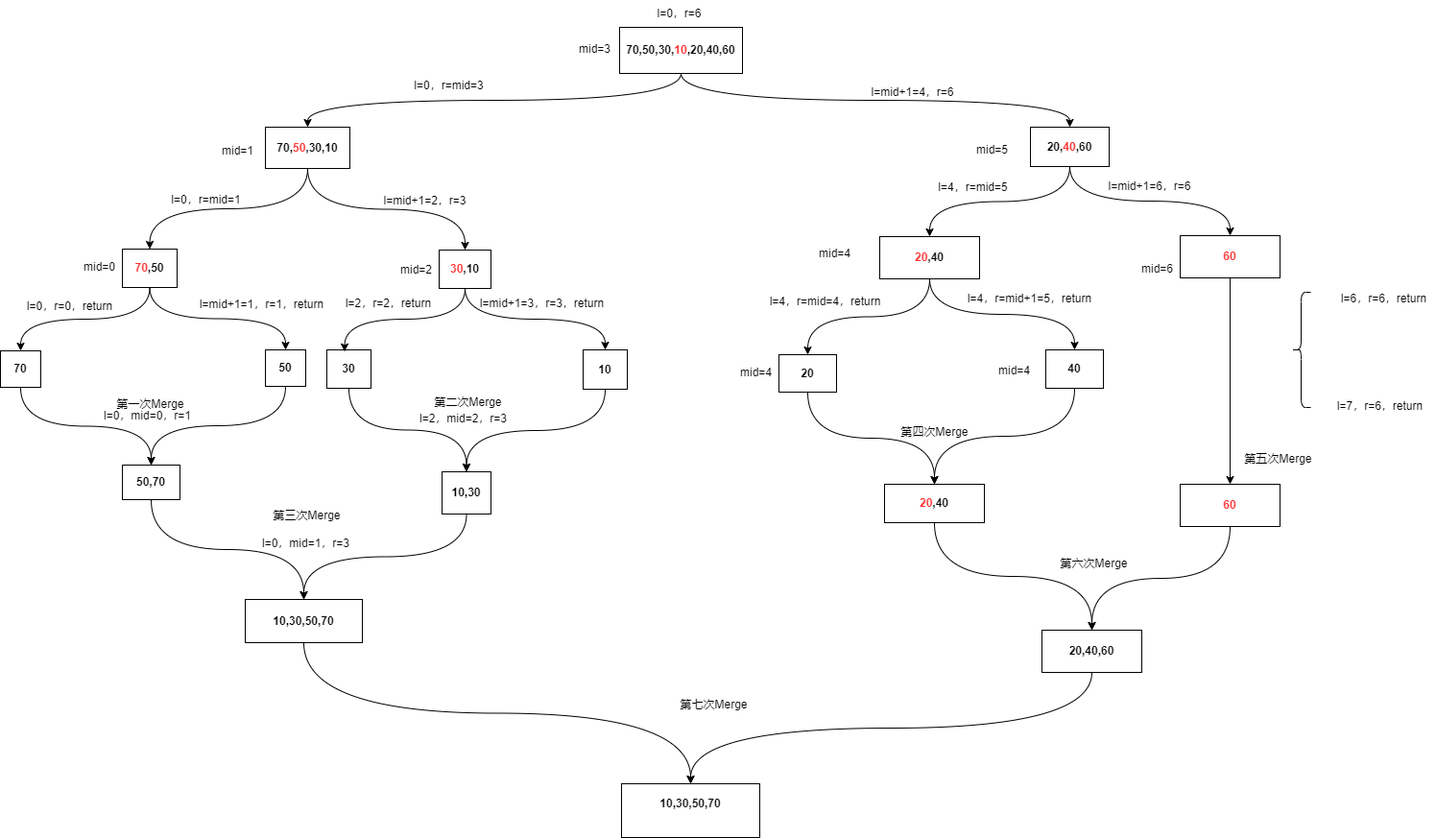
Before: AlgorithmsAndDataStructures/归并算法.drawio.png, a diagram exported from draw.io (wjb0823/drawio). Source tidied: cells renumbered, new cells last; positions are measured from the earlier drawing's top-left corner, leaving out a move shared by most shapes.
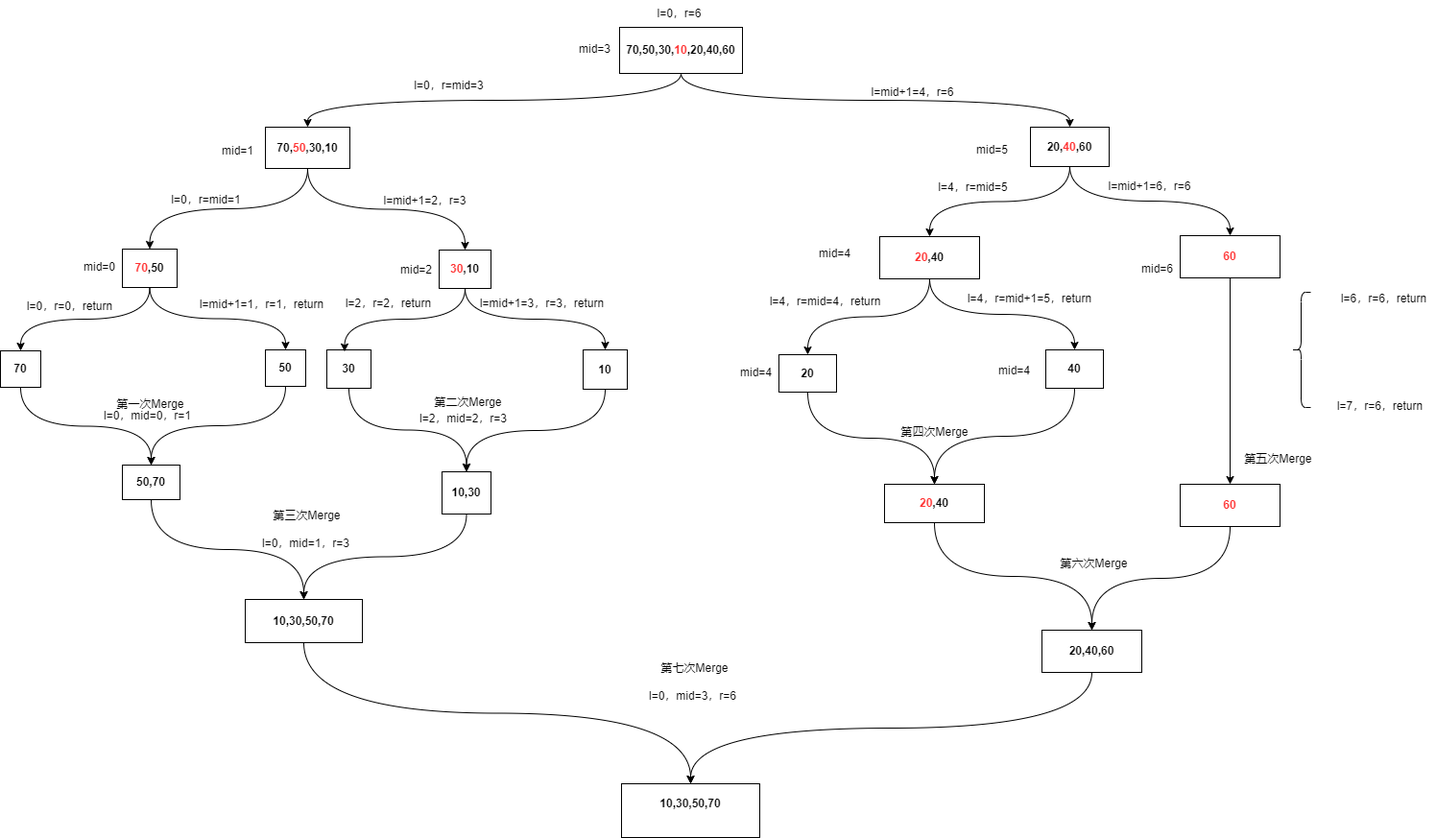
After the change.

Commit message:
更新归并算法.drawio.png

Change to the diagram source:
```diff
@@ -231,7 +231,7 @@
       <mxGeometry x="1093" y="573" width="92" height="28" as="geometry" />
     </mxCell>
     <mxCell id="78" value="第七次Merge" style="text;html=1;align=center;verticalAlign=middle;strokeColor=none;fillColor=none;" parent="1" vertex="1">
-      <mxGeometry x="697" y="720" width="92" height="28" as="geometry" />
+      <mxGeometry x="677" y="682" width="92" height="28" as="geometry" />
     </mxCell>
     <mxCell id="79" value="l=0，mid=1，r=3" style="text;html=1;align=center;verticalAlign=middle;strokeColor=none;fillColor=none;" parent="1" vertex="1">
       <mxGeometry x="263" y="552" width="110" height="27" as="geometry" />
@@ -242,5 +242,8 @@
     <mxCell id="81" value="l=mid+1=3，r=3，return" style="text;html=1;align=center;verticalAlign=middle;strokeColor=none;fillColor=none;" parent="1" vertex="1">
       <mxGeometry x="490" y="302" width="148" height="27" as="geometry" />
     </mxCell>
+    <mxCell id="82" value="l=0，mid=3，r=6" style="text;html=1;align=center;verticalAlign=middle;strokeColor=none;fillColor=none;" parent="1" vertex="1">
+      <mxGeometry x="666" y="711" width="110" height="27" as="geometry" />
+    </mxCell>
   </root>
 </mxGraphModel>
```
